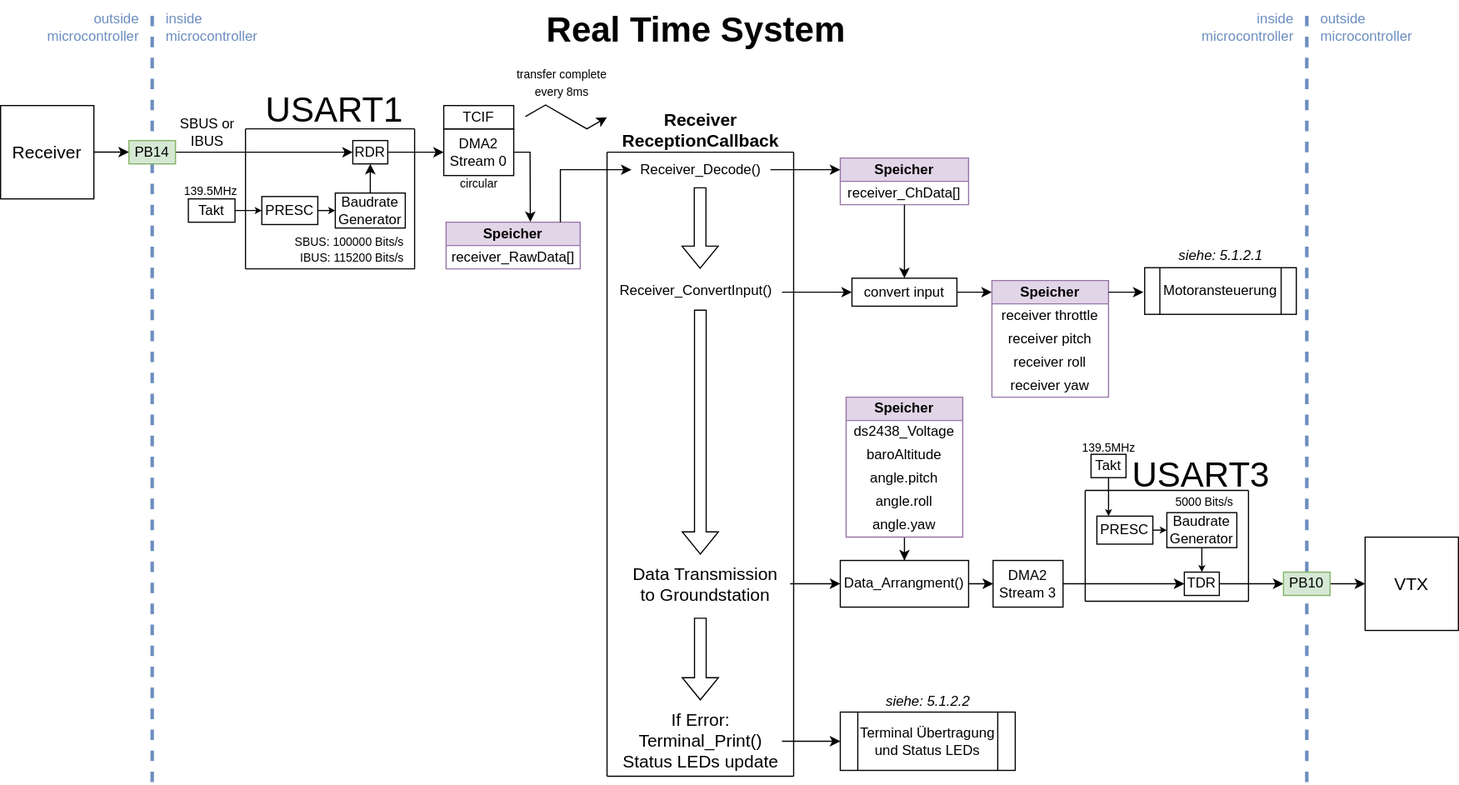
Earlier version of the draw.io export Dokumentation/Bilder/Softwarearchitektur/Softwarearchitektur-Real Time System.drawio.svg (FrogMoment/FPV_Drohne_202324). Source tidied: cells renumbered, new cells last; positions are measured from the earlier drawing's top-left corner, leaving out a move shared by most shapes.
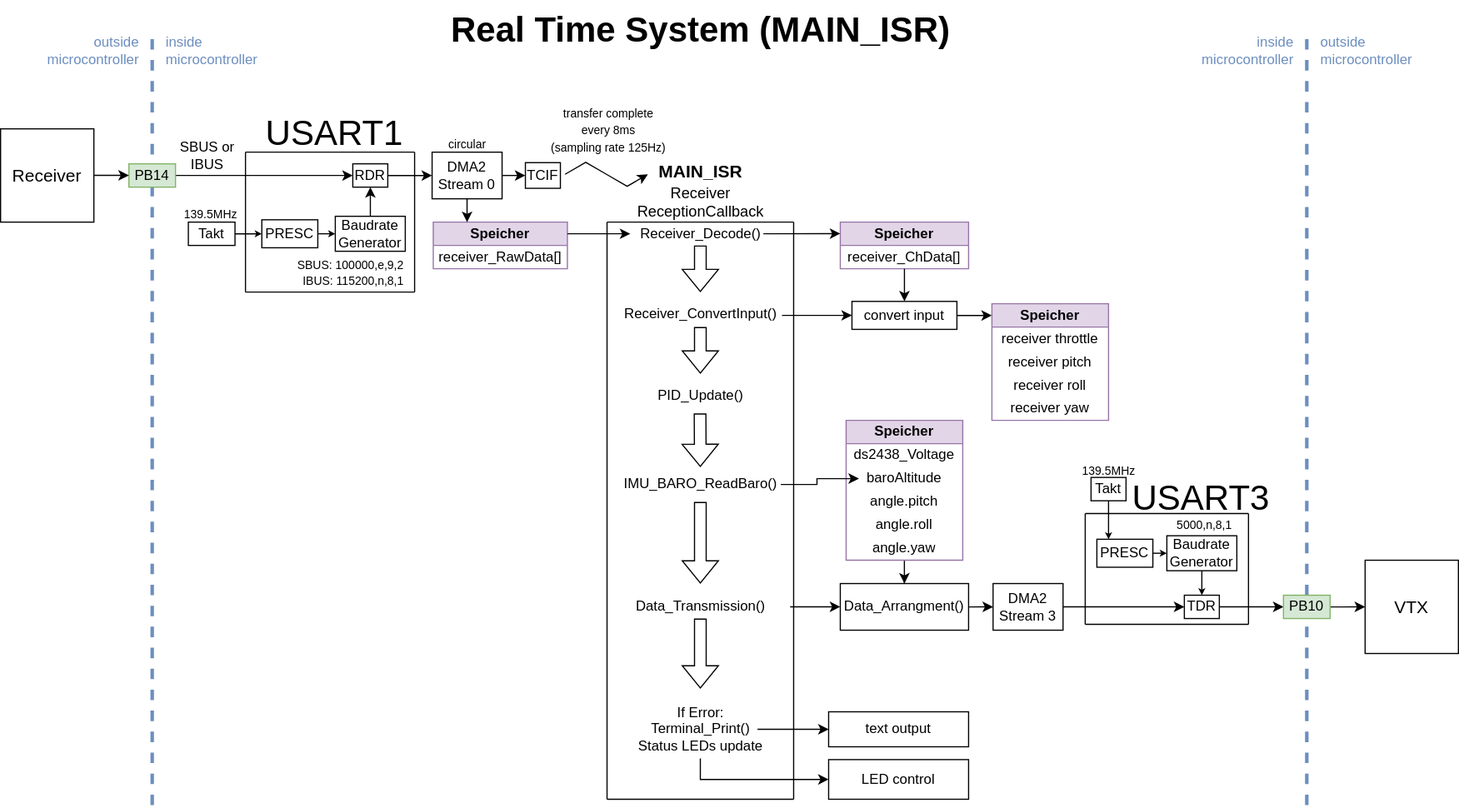
After the change.

What changed in the source:
```diff
@@ -46,4 +46,4 @@
     </mxCell>
-    <mxCell id="14" value="&lt;p style=&quot;line-height: 100%;&quot;&gt;&lt;/p&gt;&lt;div style=&quot;&quot;&gt;&lt;span style=&quot;font-size: 10px; background-color: initial;&quot;&gt;SBUS: 100000 Bits/s&lt;/span&gt;&lt;/div&gt;&lt;font style=&quot;font-size: 10px;&quot;&gt;&lt;div style=&quot;&quot;&gt;&lt;span style=&quot;background-color: initial;&quot;&gt;IBUS: 115200 Bits/s&lt;/span&gt;&lt;/div&gt;&lt;/font&gt;&lt;p&gt;&lt;/p&gt;" style="text;html=1;align=right;verticalAlign=middle;strokeColor=none;fillColor=none;" parent="1" vertex="1">
-      <mxGeometry x="227" y="183" width="120" height="60" as="geometry" />
+    <mxCell id="14" value="&lt;p style=&quot;line-height: 100%;&quot;&gt;&lt;/p&gt;&lt;div style=&quot;&quot;&gt;&lt;span style=&quot;font-size: 10px; background-color: initial;&quot;&gt;SBUS: 100000,e,9,2&lt;/span&gt;&lt;/div&gt;&lt;font style=&quot;font-size: 10px;&quot;&gt;&lt;div style=&quot;&quot;&gt;&lt;span style=&quot;background-color: initial;&quot;&gt;IBUS: 115200,n,8&lt;/span&gt;&lt;span style=&quot;background-color: initial;&quot;&gt;,1&lt;/span&gt;&lt;/div&gt;&lt;/font&gt;&lt;p&gt;&lt;/p&gt;" style="text;html=1;align=right;verticalAlign=middle;strokeColor=none;fillColor=none;" parent="1" vertex="1">
+      <mxGeometry x="237" y="183" width="110" height="60" as="geometry" />
     </mxCell>
@@ -89,12 +89,12 @@
     <mxCell id="24" value="DMA2&lt;br&gt;Stream 0" style="whiteSpace=wrap;html=1;" parent="1" vertex="1">
-      <mxGeometry x="380" y="110" width="60" height="40" as="geometry" />
+      <mxGeometry x="370" y="110" width="60" height="40" as="geometry" />
     </mxCell>
     <mxCell id="25" value="&lt;font style=&quot;font-size: 10px;&quot;&gt;circular&lt;/font&gt;" style="text;html=1;align=center;verticalAlign=middle;strokeColor=none;fillColor=none;" parent="1" vertex="1">
-      <mxGeometry x="380" y="142" width="60" height="30" as="geometry" />
+      <mxGeometry x="370" y="88" width="60" height="30" as="geometry" />
     </mxCell>
     <mxCell id="26" value="TCIF" style="whiteSpace=wrap;html=1;" parent="1" vertex="1">
-      <mxGeometry x="380" y="90" width="60" height="20" as="geometry" />
+      <mxGeometry x="450" y="119" width="30" height="22" as="geometry" />
     </mxCell>
     <mxCell id="27" value="&lt;b&gt;Speicher&lt;/b&gt;" style="swimlane;fontStyle=0;horizontal=1;startSize=20;whiteSpace=wrap;html=1;fillColor=#e1d5e7;strokeColor=#9673a6;" parent="1" vertex="1">
-      <mxGeometry x="382" y="190" width="115" height="40" as="geometry" />
+      <mxGeometry x="371" y="170" width="115" height="40" as="geometry" />
     </mxCell>
@@ -103,4 +103,4 @@
     </mxCell>
-    <mxCell id="29" value="&lt;b&gt;&lt;font style=&quot;font-size: 15px;&quot;&gt;Receiver&lt;br&gt;ReceptionCallback&lt;/font&gt;&lt;/b&gt;" style="text;html=1;align=center;verticalAlign=middle;strokeColor=none;fillColor=none;" parent="1" vertex="1">
-      <mxGeometry x="520" y="86" width="160" height="50" as="geometry" />
+    <mxCell id="29" value="&lt;font style=&quot;font-size: 13px;&quot;&gt;Receiver&lt;br&gt;ReceptionCallback&lt;/font&gt;" style="text;html=1;align=center;verticalAlign=middle;strokeColor=none;fillColor=none;" parent="1" vertex="1">
+      <mxGeometry x="535" y="133" width="130" height="40" as="geometry" />
     </mxCell>
@@ -108,4 +108,4 @@
       <mxGeometry relative="1" as="geometry">
-        <mxPoint x="450" y="99.5" as="sourcePoint" />
-        <mxPoint x="520" y="100" as="targetPoint" />
+        <mxPoint x="484" y="129" as="sourcePoint" />
+        <mxPoint x="555" y="129" as="targetPoint" />
       </mxGeometry>
@@ -113,3 +113,3 @@
     <mxCell id="31" value="Receiver_Decode()" style="text;html=1;align=center;verticalAlign=middle;strokeColor=none;fillColor=none;" parent="1" vertex="1">
-      <mxGeometry x="535" y="130" width="130" height="30" as="geometry" />
+      <mxGeometry x="535" y="165" width="130" height="30" as="geometry" />
     </mxCell>
@@ -117,4 +117,4 @@
       <mxGeometry relative="1" as="geometry">
-        <mxPoint x="520" y="130" as="sourcePoint" />
-        <mxPoint x="680" y="130" as="targetPoint" />
+        <mxPoint x="520" y="170" as="sourcePoint" />
+        <mxPoint x="680" y="170" as="targetPoint" />
       </mxGeometry>
@@ -124,3 +124,3 @@
         <mxPoint x="680" y="665" as="sourcePoint" />
-        <mxPoint x="680" y="130" as="targetPoint" />
+        <mxPoint x="680" y="170" as="targetPoint" />
       </mxGeometry>
@@ -130,10 +130,10 @@
         <mxPoint x="520" y="665" as="sourcePoint" />
-        <mxPoint x="520" y="130" as="targetPoint" />
+        <mxPoint x="520" y="170" as="targetPoint" />
       </mxGeometry>
     </mxCell>
-    <mxCell id="35" value="&lt;font style=&quot;font-size: 10px;&quot;&gt;transfer complete&lt;br&gt;every 8ms&lt;br&gt;&lt;/font&gt;" style="text;html=1;align=center;verticalAlign=middle;strokeColor=none;fillColor=none;rotation=0;" parent="1" vertex="1">
-      <mxGeometry x="431" y="50" width="100" height="40" as="geometry" />
+    <mxCell id="35" value="&lt;font style=&quot;font-size: 10px;&quot;&gt;transfer complete&lt;br&gt;every 8ms&lt;br&gt;&lt;/font&gt;&lt;div&gt;&lt;font style=&quot;font-size: 10px;&quot;&gt;(sampling rate 125Hz)&lt;/font&gt;&lt;/div&gt;" style="text;html=1;align=center;verticalAlign=middle;strokeColor=none;fillColor=none;rotation=0;" parent="1" vertex="1">
+      <mxGeometry x="461" y="61" width="120" height="60" as="geometry" />
     </mxCell>
     <mxCell id="36" value="&lt;b&gt;Speicher&lt;/b&gt;" style="swimlane;fontStyle=0;horizontal=1;startSize=20;whiteSpace=wrap;html=1;fillColor=#e1d5e7;strokeColor=#9673a6;" parent="1" vertex="1">
-      <mxGeometry x="720" y="135" width="110" height="40" as="geometry" />
+      <mxGeometry x="720" y="170" width="110" height="40" as="geometry" />
     </mxCell>
@@ -144,4 +144,4 @@
       <mxGeometry relative="1" as="geometry">
-        <mxPoint x="660" y="145" as="sourcePoint" />
-        <mxPoint x="720" y="145" as="targetPoint" />
+        <mxPoint x="654" y="180" as="sourcePoint" />
+        <mxPoint x="720" y="179.9" as="targetPoint" />
       </mxGeometry>
@@ -151,18 +151,16 @@
     </mxCell>
-    <mxCell id="40" value="&lt;b&gt;&lt;font style=&quot;font-size: 30px;&quot;&gt;Real Time System&lt;/font&gt;&lt;/b&gt;" style="text;html=1;align=center;verticalAlign=middle;strokeColor=none;fillColor=none;" parent="1" vertex="1">
-      <mxGeometry x="456" width="280" height="50" as="geometry" />
+    <mxCell id="40" value="&lt;b&gt;&lt;font style=&quot;font-size: 30px;&quot;&gt;Real Time System (MAIN_ISR)&lt;/font&gt;&lt;/b&gt;" style="text;html=1;align=center;verticalAlign=middle;strokeColor=none;fillColor=none;" parent="1" vertex="1">
+      <mxGeometry x="375" y="-20" width="450" height="50" as="geometry" />
     </mxCell>
-    <mxCell id="41" style="endArrow=classic;html=1;rounded=0;exitX=1;exitY=0.5;exitDx=0;exitDy=0;entryX=0.628;entryY=-0.005;entryDx=0;entryDy=0;entryPerimeter=0;" parent="1" edge="1" source="24" target="27">
+    <mxCell id="41" style="endArrow=classic;html=1;rounded=0;" parent="1" edge="1">
       <mxGeometry relative="1" as="geometry">
-        <Array as="points">
-          <mxPoint x="454" y="130" />
-        </Array>
+        <mxPoint x="400" y="150" as="sourcePoint" />
+        <mxPoint x="400" y="170" as="targetPoint" />
       </mxGeometry>
     </mxCell>
-    <mxCell id="42" style="endArrow=classic;html=1;rounded=0;" parent="1" edge="1">
+    <mxCell id="42" style="endArrow=classic;html=1;rounded=0;exitX=1;exitY=0.25;exitDx=0;exitDy=0;" parent="1" edge="1" source="27">
       <mxGeometry relative="1" as="geometry">
-        <mxPoint x="480" y="190" as="sourcePoint" />
-        <mxPoint x="541" y="145" as="targetPoint" />
+        <mxPoint x="540" y="180" as="targetPoint" />
         <Array as="points">
-          <mxPoint x="480" y="145" />
+          <mxPoint x="520" y="180" />
         </Array>
@@ -172,4 +170,4 @@
       <mxGeometry relative="1" as="geometry">
-        <mxPoint x="599.8" y="160" as="sourcePoint" />
-        <mxPoint x="599.8" y="230" as="targetPoint" />
+        <mxPoint x="600" y="190" as="sourcePoint" />
+        <mxPoint x="600" y="230" as="targetPoint" />
       </mxGeometry>
@@ -177,3 +175,3 @@
     <mxCell id="44" value="Receiver_ConvertInput()" style="text;html=1;align=center;verticalAlign=middle;strokeColor=none;fillColor=none;" parent="1" vertex="1">
-      <mxGeometry x="521" y="234" width="150" height="30" as="geometry" />
+      <mxGeometry x="525" y="234" width="150" height="30" as="geometry" />
     </mxCell>
@@ -195,3 +193,3 @@
       <mxGeometry relative="1" as="geometry">
-        <mxPoint x="775" y="175" as="sourcePoint" />
+        <mxPoint x="775" y="210" as="sourcePoint" />
         <mxPoint x="775" y="238" as="targetPoint" />
@@ -214,11 +212,2 @@
     </mxCell>
-    <mxCell id="54" value="Motoransteuerung" style="shape=process;whiteSpace=wrap;html=1;backgroundOutline=1;" parent="1" vertex="1">
-      <mxGeometry x="981" y="229" width="130" height="40" as="geometry" />
-    </mxCell>
-    <mxCell id="55" style="endArrow=classic;html=1;rounded=0;" parent="1" edge="1">
-      <mxGeometry relative="1" as="geometry">
-        <mxPoint x="950" y="250" as="sourcePoint" />
-        <mxPoint x="980" y="250" as="targetPoint" />
-      </mxGeometry>
-    </mxCell>
     <mxCell id="56" value="&lt;font style=&quot;font-size: 30px;&quot;&gt;USART3&lt;/font&gt;" style="text;html=1;align=center;verticalAlign=middle;strokeColor=none;fillColor=none;" parent="1" vertex="1">
@@ -228,8 +217,8 @@
       <mxGeometry relative="1" as="geometry">
-        <mxPoint x="600" y="265" as="sourcePoint" />
-        <mxPoint x="600" y="475" as="targetPoint" />
+        <mxPoint x="600" y="260" as="sourcePoint" />
+        <mxPoint x="600" y="300" as="targetPoint" />
       </mxGeometry>
     </mxCell>
-    <mxCell id="58" value="&lt;font style=&quot;font-size: 15px;&quot;&gt;Data Transmission&lt;br&gt;to Groundstation&lt;br&gt;&lt;/font&gt;" style="text;html=1;align=center;verticalAlign=middle;strokeColor=none;fillColor=none;" parent="1" vertex="1">
-      <mxGeometry x="529" y="475" width="150" height="50" as="geometry" />
+    <mxCell id="58" value="&lt;font style=&quot;font-size: 12px;&quot;&gt;Data_Transmission()&lt;/font&gt;" style="text;html=1;align=center;verticalAlign=middle;strokeColor=none;fillColor=none;" parent="1" vertex="1">
+      <mxGeometry x="535" y="485" width="130" height="30" as="geometry" />
     </mxCell>
@@ -243,8 +232,8 @@
       <mxGeometry relative="1" as="geometry">
-        <mxPoint x="600" y="529" as="sourcePoint" />
-        <mxPoint x="600" y="600" as="targetPoint" />
+        <mxPoint x="600" y="510" as="sourcePoint" />
+        <mxPoint x="600" y="570" as="targetPoint" />
       </mxGeometry>
     </mxCell>
-    <mxCell id="61" value="&lt;font style=&quot;font-size: 15px;&quot;&gt;If Error:&lt;br&gt;Terminal_Print()&lt;br&gt;Status LEDs update&lt;br&gt;&lt;/font&gt;" style="text;html=1;align=center;verticalAlign=middle;strokeColor=none;fillColor=none;" parent="1" vertex="1">
-      <mxGeometry x="520" y="599" width="160" height="70" as="geometry" />
+    <mxCell id="61" value="&lt;font style=&quot;font-size: 12px;&quot;&gt;If Error:&lt;br&gt;Terminal_Print()&lt;br&gt;Status LEDs update&lt;br&gt;&lt;/font&gt;" style="text;html=1;align=center;verticalAlign=middle;strokeColor=none;fillColor=none;" parent="1" vertex="1">
+      <mxGeometry x="535" y="575" width="130" height="60" as="geometry" />
     </mxCell>
@@ -283,3 +272,3 @@
     </mxCell>
-    <mxCell id="73" value="&lt;font style=&quot;font-size: 10px;&quot;&gt;5000 Bits/s&lt;/font&gt;" style="text;html=1;align=center;verticalAlign=middle;strokeColor=none;fillColor=none;" parent="1" vertex="1">
+    <mxCell id="73" value="&lt;font style=&quot;font-size: 10px;&quot;&gt;5000,n,8,1&lt;/font&gt;" style="text;html=1;align=center;verticalAlign=middle;strokeColor=none;fillColor=none;" parent="1" vertex="1">
       <mxGeometry x="997" y="415" width="70" height="30" as="geometry" />
@@ -330,13 +319,2 @@
     </mxCell>
-    <mxCell id="84" value="Terminal Übertragung&lt;br&gt;und Status LEDs" style="shape=process;whiteSpace=wrap;html=1;backgroundOutline=1;" parent="1" vertex="1">
-      <mxGeometry x="720" y="610" width="150" height="50" as="geometry" />
-    </mxCell>
-    <mxCell id="85" style="endArrow=classic;html=1;rounded=0;entryX=0;entryY=0.5;entryDx=0;entryDy=0;" parent="1" edge="1" target="84">
-      <mxGeometry relative="1" as="geometry">
-        <mxPoint x="670" y="635" as="sourcePoint" />
-      </mxGeometry>
-    </mxCell>
-    <mxCell id="86" value="&lt;i&gt;siehe: 5.1.2.2&lt;/i&gt;" style="text;html=1;align=center;verticalAlign=middle;strokeColor=none;fillColor=none;" parent="1" vertex="1">
-      <mxGeometry x="745" y="586" width="100" height="30" as="geometry" />
-    </mxCell>
     <mxCell id="87" value="PRESC" style="rounded=0;whiteSpace=wrap;html=1;" parent="1" vertex="1">
@@ -353,5 +331,2 @@
     </mxCell>
-    <mxCell id="91" value="&lt;i&gt;siehe: 5.1.2.1&lt;/i&gt;" style="text;html=1;align=center;verticalAlign=middle;strokeColor=none;fillColor=none;" parent="1" vertex="1">
-      <mxGeometry x="996" y="204" width="100" height="30" as="geometry" />
-    </mxCell>
     <mxCell id="92" style="endArrow=classic;html=1;rounded=0;endSize=3;" parent="1" edge="1">
@@ -383,2 +358,56 @@
     </mxCell>
+    <mxCell id="98" style="endArrow=classic;html=1;rounded=0;exitX=1;exitY=0.5;exitDx=0;exitDy=0;entryX=0;entryY=0.5;entryDx=0;entryDy=0;" parent="1" edge="1" source="24" target="26">
+      <mxGeometry relative="1" as="geometry" />
+    </mxCell>
+    <mxCell id="99" value="&lt;font style=&quot;font-size: 15px;&quot;&gt;&lt;b&gt;MAIN_ISR&lt;/b&gt;&lt;/font&gt;" style="text;html=1;align=center;verticalAlign=middle;strokeColor=none;fillColor=none;" parent="1" vertex="1">
+      <mxGeometry x="550" y="111" width="100" height="30" as="geometry" />
+    </mxCell>
+    <mxCell id="100" value="&lt;div&gt;&lt;span style=&quot;background-color: initial;&quot;&gt;IMU_BARO_ReadBaro()&lt;/span&gt;&lt;br&gt;&lt;/div&gt;" style="text;html=1;align=center;verticalAlign=middle;strokeColor=none;fillColor=none;" parent="1" vertex="1">
+      <mxGeometry x="525" y="380" width="150" height="30" as="geometry" />
+    </mxCell>
+    <mxCell id="101" value="&lt;div&gt;PID_Update()&lt;/div&gt;" style="text;html=1;align=center;verticalAlign=middle;strokeColor=none;fillColor=none;" parent="1" vertex="1">
+      <mxGeometry x="550" y="304" width="100" height="30" as="geometry" />
+    </mxCell>
+    <mxCell id="102" style="endArrow=classic;html=1;rounded=0;shape=flexArrow;" parent="1" edge="1">
+      <mxGeometry relative="1" as="geometry">
+        <mxPoint x="599.8" y="334" as="sourcePoint" />
+        <mxPoint x="600" y="380" as="targetPoint" />
+      </mxGeometry>
+    </mxCell>
+    <mxCell id="103" style="endArrow=classic;html=1;rounded=0;shape=flexArrow;" parent="1" edge="1">
+      <mxGeometry relative="1" as="geometry">
+        <mxPoint x="600" y="410" as="sourcePoint" />
+        <mxPoint x="600" y="480" as="targetPoint" />
+      </mxGeometry>
+    </mxCell>
+    <mxCell id="104" style="endArrow=classic;html=1;rounded=0;" parent="1" edge="1">
+      <mxGeometry relative="1" as="geometry">
+        <mxPoint x="669" y="395" as="sourcePoint" />
+        <mxPoint x="736" y="390" as="targetPoint" />
+        <Array as="points">
+          <mxPoint x="700" y="395" />
+          <mxPoint x="700" y="390" />
+        </Array>
+      </mxGeometry>
+    </mxCell>
+    <mxCell id="105" value="text output" style="rounded=0;whiteSpace=wrap;html=1;" parent="1" vertex="1">
+      <mxGeometry x="710" y="590" width="120" height="30" as="geometry" />
+    </mxCell>
+    <mxCell id="106" value="LED control" style="rounded=0;whiteSpace=wrap;html=1;" parent="1" vertex="1">
+      <mxGeometry x="710" y="631" width="120" height="34" as="geometry" />
+    </mxCell>
+    <mxCell id="107" style="endArrow=classic;html=1;rounded=0;entryX=0;entryY=0.5;entryDx=0;entryDy=0;" parent="1" edge="1" target="105">
+      <mxGeometry relative="1" as="geometry">
+        <mxPoint x="649" y="605" as="sourcePoint" />
+      </mxGeometry>
+    </mxCell>
+    <mxCell id="108" style="endArrow=classic;html=1;rounded=0;" parent="1" edge="1">
+      <mxGeometry relative="1" as="geometry">
+        <mxPoint x="600" y="630" as="sourcePoint" />
+        <mxPoint x="710" y="648" as="targetPoint" />
+        <Array as="points">
+          <mxPoint x="600" y="648" />
+        </Array>
+      </mxGeometry>
+    </mxCell>
   </root>
```
